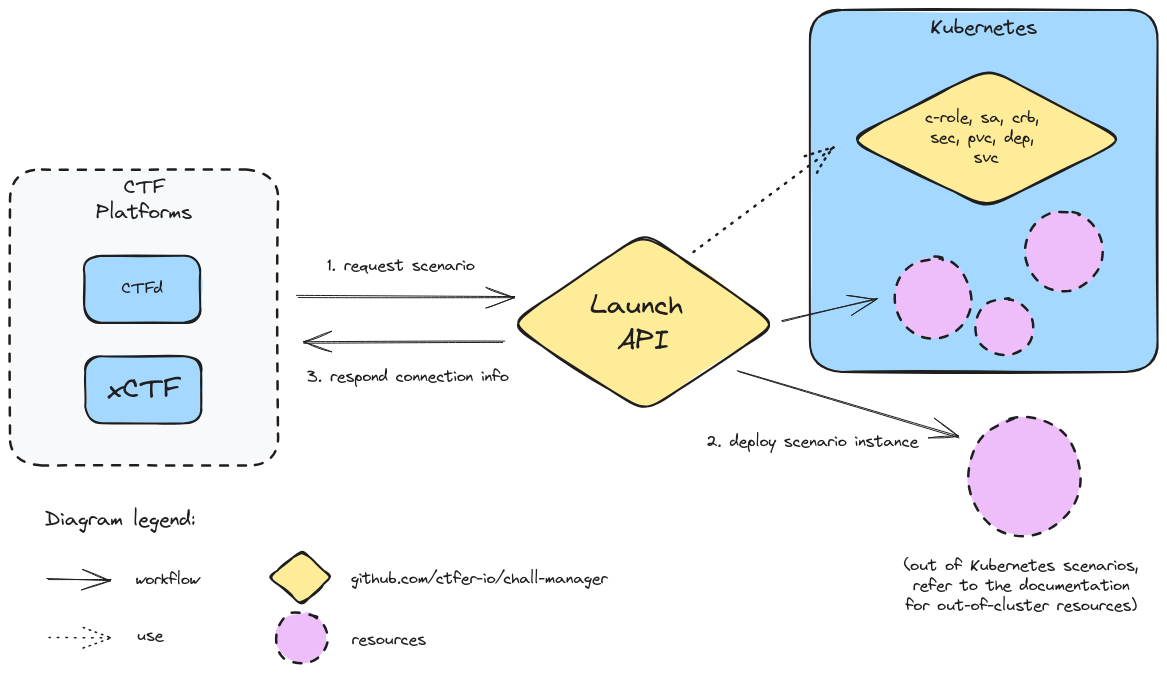
Before: res/diagram.excalidraw.png, a diagram exported from Excalidraw (ctfer-io/chall-manager). Source tidied: one line per element, renumbered; positions are measured from the earlier drawing's top-left corner, leaving out a move shared by most shapes.
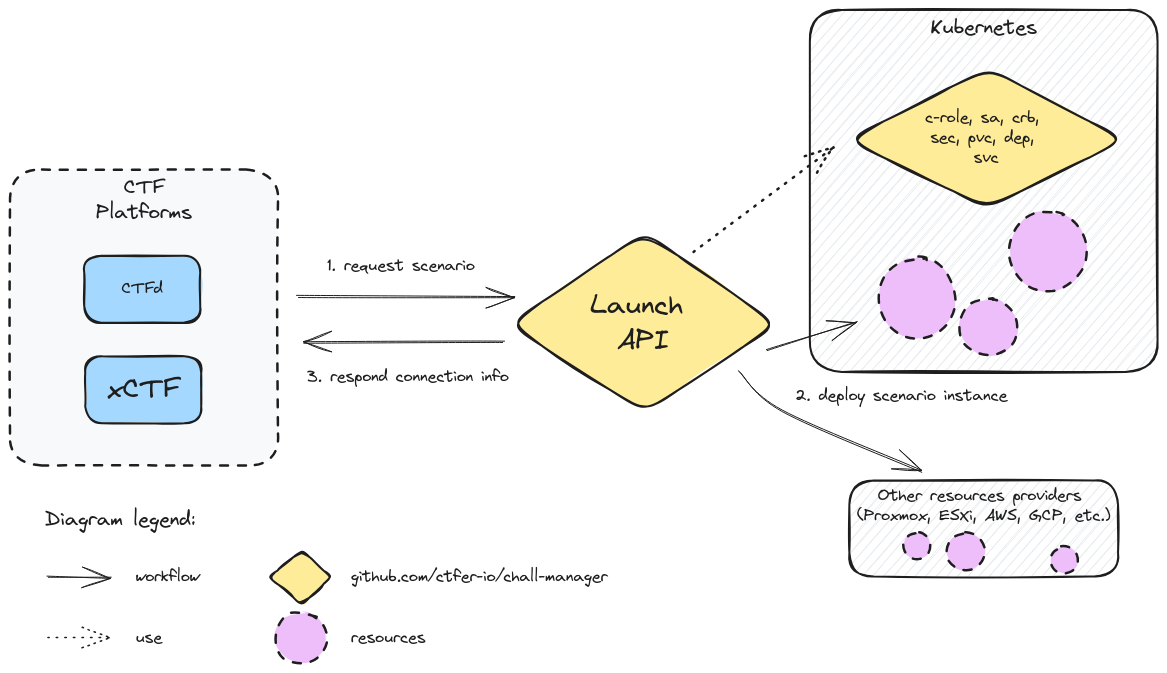
The same diagram one commit later.

What changed in the source:
```diff
@@ -10,25 +10,28 @@
 {"id": 9, "type": "text", "text": "1. request scenario", "strokeColor": "#1e1e1e", "backgroundColor": "#ffec99", "fillStyle": "solid", "strokeWidth": 2, "roughness": 1, "fontSize": 16, "fontFamily": 1, "textAlign": "center", "x": 317, "y": 246, "width": 148, "height": 20}
 {"id": 10, "type": "arrow", "strokeColor": "#1e1e1e", "backgroundColor": "#ffec99", "fillStyle": "solid", "strokeWidth": 1, "roughness": 1, "endArrowhead": "arrow", "round": true, "from": 6, "to": 0, "x": 493, "y": 333, "width": 201, "height": 1, "points": [[0, 0], [-201, -1]]}
 {"id": 11, "type": "text", "text": "3. respond connection info", "strokeColor": "#1e1e1e", "backgroundColor": "#ffec99", "fillStyle": "solid", "strokeWidth": 2, "roughness": 1, "fontSize": 16, "fontFamily": 1, "textAlign": "center", "x": 297, "y": 357, "width": 202, "height": 20}
-{"id": 12, "type": "rectangle", "strokeColor": "#1e1e1e", "backgroundColor": "#a5d8ff", "fillStyle": "solid", "strokeWidth": 2, "roughness": 1, "round": true, "x": 800, "y": 0, "width": 348, "height": 362}
+{"id": 12, "type": "rectangle", "strokeColor": "#1e1e1e", "backgroundColor": "#e9ecef", "fillStyle": "hachure", "strokeWidth": 2, "roughness": 1, "round": true, "x": 800, "y": 0, "width": 348, "height": 362}
 {"id": 13, "type": "text", "text": "Kubernetes", "strokeColor": "#1e1e1e", "backgroundColor": "#a5d8ff", "fillStyle": "solid", "strokeWidth": 2, "roughness": 1, "fontSize": 20, "fontFamily": 1, "textAlign": "center", "inside": 12, "x": 920, "y": 5, "width": 107, "height": 25}
 {"id": 14, "type": "diamond", "strokeColor": "#1e1e1e", "backgroundColor": "#ffec99", "fillStyle": "solid", "strokeWidth": 2, "roughness": 1, "round": true, "x": 838, "y": 58, "width": 277, "height": 140}
 {"id": 15, "type": "text", "text": "c-role, sa, crb, \nsec, pvc, dep, \nsvc", "strokeColor": "#1e1e1e", "backgroundColor": "#ffec99", "fillStyle": "solid", "strokeWidth": 2, "roughness": 1, "fontSize": 16, "fontFamily": 1, "textAlign": "center", "verticalAlign": "middle", "inside": 14, "x": 915, "y": 98, "width": 122, "height": 60}
 {"id": 16, "type": "arrow", "strokeColor": "#1e1e1e", "backgroundColor": "#eebefa", "fillStyle": "solid", "strokeWidth": 2, "strokeStyle": "dotted", "roughness": 1, "endArrowhead": "arrow", "round": true, "from": 6, "to": 14, "x": 684, "y": 243, "width": 139, "height": 104, "points": [[0, 0], [139, -104]]}
 {"id": 17, "type": "diamond", "strokeColor": "#1e1e1e", "backgroundColor": "#ffec99", "fillStyle": "solid", "strokeWidth": 2, "roughness": 1, "round": true, "x": 260, "y": 540, "width": 62, "height": 54}
-{"id": 18, "type": "text", "text": "github.com/ctfer-io/chall-manager", "strokeColor": "#1e1e1e", "backgroundColor": "#eebefa", "fillStyle": "solid", "strokeWidth": 2, "strokeStyle": "dotted", "roughness": 1, "fontSize": 16, "fontFamily": 1, "x": 341, "y": 559, "width": 257, "height": 20}
+{"id": 18, "type": "text", "text": "github.com/ctfer-io/chall-manager", "strokeColor": "#1e1e1e", "backgroundColor": "#eebefa", "fillStyle": "solid", "strokeWidth": 2, "strokeStyle": "dotted", "roughness": 1, "fontSize": 16, "fontFamily": 1, "x": 341, "y": 557, "width": 257, "height": 20}
-{"id": 19, "type": "ellipse", "strokeColor": "#1e1e1e", "backgroundColor": "#eebefa", "fillStyle": "solid", "strokeWidth": 2, "strokeStyle": "dashed", "roughness": 1, "round": true, "x": 884, "y": 247, "width": 77, "height": 81}
+{"id": 19, "type": "ellipse", "strokeColor": "#1e1e1e", "backgroundColor": "#eebefa", "fillStyle": "solid", "strokeWidth": 2, "strokeStyle": "dashed", "roughness": 1, "round": true, "x": 868, "y": 247, "width": 77, "height": 81}
-{"id": 20, "type": "arrow", "strokeColor": "#1e1e1e", "backgroundColor": "#fcc2d7", "fillStyle": "solid", "strokeWidth": 1, "roughness": 1, "endArrowhead": "arrow", "round": true, "from": 12, "to": 19, "x": 771, "y": 312, "width": 97, "height": 22, "points": [[0, 0], [97, -22]]}
+{"id": 20, "type": "arrow", "strokeColor": "#1e1e1e", "backgroundColor": "#fcc2d7", "fillStyle": "solid", "strokeWidth": 1, "roughness": 1, "endArrowhead": "arrow", "round": true, "from": 6, "x": 756, "y": 340, "width": 91, "height": 28, "points": [[0, 0], [91, -28]]}
-{"id": 21, "type": "text", "text": "2. deploy scenario instance", "strokeColor": "#1e1e1e", "backgroundColor": "#ffec99", "fillStyle": "solid", "strokeWidth": 2, "roughness": 1, "fontSize": 16, "fontFamily": 1, "textAlign": "center", "x": 696, "y": 422, "width": 213, "height": 20}
+{"id": 21, "type": "text", "text": "2. deploy scenario instance", "strokeColor": "#1e1e1e", "backgroundColor": "#ffec99", "fillStyle": "solid", "strokeWidth": 2, "roughness": 1, "fontSize": 16, "fontFamily": 1, "textAlign": "center", "x": 785, "y": 376, "width": 213, "height": 20}
-{"id": 22, "type": "ellipse", "strokeColor": "#1e1e1e", "backgroundColor": "#eebefa", "fillStyle": "solid", "strokeWidth": 2, "strokeStyle": "dashed", "roughness": 1, "round": true, "x": 1016, "y": 201, "width": 77, "height": 81}
+{"id": 22, "type": "ellipse", "strokeColor": "#1e1e1e", "backgroundColor": "#eebefa", "fillStyle": "solid", "strokeWidth": 2, "strokeStyle": "dashed", "roughness": 1, "round": true, "x": 1000, "y": 201, "width": 77, "height": 81}
-{"id": 23, "type": "ellipse", "strokeColor": "#1e1e1e", "backgroundColor": "#eebefa", "fillStyle": "solid", "strokeWidth": 2, "strokeStyle": "dashed", "roughness": 1, "round": true, "x": 966, "y": 289, "width": 58, "height": 57}
+{"id": 23, "type": "ellipse", "strokeColor": "#1e1e1e", "backgroundColor": "#eebefa", "fillStyle": "solid", "strokeWidth": 2, "strokeStyle": "dashed", "roughness": 1, "round": true, "x": 950, "y": 289, "width": 58, "height": 57}
 {"id": 24, "type": "ellipse", "strokeColor": "#1e1e1e", "backgroundColor": "#eebefa", "fillStyle": "solid", "strokeWidth": 2, "strokeStyle": "dashed", "roughness": 1, "round": true, "x": 265, "y": 602, "width": 52, "height": 51}
-{"id": 25, "type": "text", "text": "resources", "strokeColor": "#1e1e1e", "backgroundColor": "#eebefa", "fillStyle": "solid", "strokeWidth": 2, "strokeStyle": "dotted", "roughness": 1, "fontSize": 16, "fontFamily": 1, "x": 342, "y": 620, "width": 75, "height": 20}
+{"id": 25, "type": "text", "text": "resources", "strokeColor": "#1e1e1e", "backgroundColor": "#eebefa", "fillStyle": "solid", "strokeWidth": 2, "strokeStyle": "dotted", "roughness": 1, "fontSize": 16, "fontFamily": 1, "x": 341, "y": 618, "width": 75, "height": 20}
-{"id": 26, "type": "ellipse", "strokeColor": "#1e1e1e", "backgroundColor": "#eebefa", "fillStyle": "solid", "strokeWidth": 2, "strokeStyle": "dashed", "roughness": 1, "round": true, "x": 958, "y": 407, "width": 113, "height": 119}
-{"id": 27, "type": "arrow", "strokeColor": "#1e1e1e", "backgroundColor": "#fcc2d7", "fillStyle": "solid", "strokeWidth": 1, "roughness": 1, "endArrowhead": "arrow", "round": true, "from": 6, "to": 26, "x": 728, "y": 361, "width": 221, "height": 66, "points": [[0, 0], [221, 66]]}
+{"id": 27, "type": "arrow", "strokeColor": "#1e1e1e", "backgroundColor": "#fcc2d7", "fillStyle": "solid", "strokeWidth": 1, "roughness": 1, "endArrowhead": "arrow", "round": true, "from": 6, "to": 34, "x": 729, "y": 361, "width": 182, "height": 100, "points": [[0, 0], [43, 40], [182, 100]]}
-{"id": 28, "type": "text", "text": "(out of Kubernetes scenarios,\nrefer to the documentation\nfor out-of-cluster resources)", "strokeColor": "#1e1e1e", "backgroundColor": "#ffec99", "fillStyle": "solid", "strokeWidth": 2, "roughness": 1, "fontSize": 16, "fontFamily": 1, "textAlign": "center", "x": 894, "y": 546, "width": 235, "height": 60}
 {"id": 29, "type": "text", "text": "Diagram legend:", "strokeColor": "#1e1e1e", "backgroundColor": "#eebefa", "fillStyle": "solid", "strokeWidth": 1, "strokeStyle": "dashed", "roughness": 1, "fontSize": 20, "fontFamily": 1, "x": 35, "y": 497, "width": 151, "height": 25}
-{"id": 30, "type": "arrow", "strokeColor": "#1e1e1e", "backgroundColor": "#ffec99", "fillStyle": "solid", "strokeWidth": 1, "roughness": 1, "endArrowhead": "arrow", "round": true, "x": 38, "y": 570, "width": 63, "height": 0, "points": [[0, 0], [63, 0]]}
+{"id": 30, "type": "arrow", "strokeColor": "#1e1e1e", "backgroundColor": "#ffec99", "fillStyle": "solid", "strokeWidth": 1, "roughness": 1, "endArrowhead": "arrow", "round": true, "x": 38, "y": 567, "width": 63, "height": 0, "points": [[0, 0], [63, 0]]}
-{"id": 31, "type": "text", "text": "workflow", "strokeColor": "#1e1e1e", "backgroundColor": "#eebefa", "fillStyle": "solid", "strokeWidth": 2, "strokeStyle": "dotted", "roughness": 1, "fontSize": 16, "fontFamily": 1, "x": 126, "y": 560, "width": 64, "height": 20}
+{"id": 31, "type": "text", "text": "workflow", "strokeColor": "#1e1e1e", "backgroundColor": "#eebefa", "fillStyle": "solid", "strokeWidth": 2, "strokeStyle": "dotted", "roughness": 1, "fontSize": 16, "fontFamily": 1, "x": 126, "y": 557, "width": 64, "height": 20}
-{"id": 32, "type": "arrow", "strokeColor": "#1e1e1e", "backgroundColor": "#ffec99", "fillStyle": "solid", "strokeWidth": 1, "strokeStyle": "dotted", "roughness": 1, "endArrowhead": "arrow", "round": true, "x": 38, "y": 628, "width": 63, "height": 0, "points": [[0, 0], [63, 0]]}
+{"id": 32, "type": "arrow", "strokeColor": "#1e1e1e", "backgroundColor": "#ffec99", "fillStyle": "solid", "strokeWidth": 1, "strokeStyle": "dotted", "roughness": 1, "endArrowhead": "arrow", "round": true, "x": 37, "y": 627, "width": 63, "height": 0, "points": [[0, 0], [63, 0]]}
-{"id": 33, "type": "text", "text": "use", "strokeColor": "#1e1e1e", "backgroundColor": "#eebefa", "fillStyle": "solid", "strokeWidth": 2, "strokeStyle": "dotted", "roughness": 1, "fontSize": 16, "fontFamily": 1, "x": 127, "y": 616, "width": 27, "height": 20}
+{"id": 33, "type": "text", "text": "use", "strokeColor": "#1e1e1e", "backgroundColor": "#eebefa", "fillStyle": "solid", "strokeWidth": 2, "strokeStyle": "dotted", "roughness": 1, "fontSize": 16, "fontFamily": 1, "x": 126, "y": 618, "width": 27, "height": 20}
+{"id": 34, "type": "rectangle", "strokeColor": "#1e1e1e", "backgroundColor": "#e9ecef", "fillStyle": "hachure", "strokeWidth": 2, "roughness": 1, "round": true, "x": 839, "y": 471, "width": 269, "height": 96}
+{"id": 35, "type": "text", "text": "Other resources providers \n(Proxmox, ESXi, AWS, GCP, etc.)", "strokeColor": "#1e1e1e", "backgroundColor": "#a5d8ff", "fillStyle": "solid", "strokeWidth": 2, "roughness": 1, "fontSize": 16, "fontFamily": 1, "textAlign": "center", "inside": 34, "x": 847, "y": 476, "width": 253, "height": 40}
+{"id": 36, "type": "ellipse", "strokeColor": "#1e1e1e", "backgroundColor": "#eebefa", "fillStyle": "solid", "strokeWidth": 2, "strokeStyle": "dashed", "roughness": 1, "round": true, "x": 893, "y": 522, "width": 27, "height": 27}
+{"id": 37, "type": "ellipse", "strokeColor": "#1e1e1e", "backgroundColor": "#eebefa", "fillStyle": "solid", "strokeWidth": 2, "strokeStyle": "dashed", "roughness": 1, "round": true, "x": 937, "y": 523, "width": 38, "height": 38}
+{"id": 38, "type": "ellipse", "strokeColor": "#1e1e1e", "backgroundColor": "#eebefa", "fillStyle": "solid", "strokeWidth": 2, "strokeStyle": "dashed", "roughness": 1, "round": true, "x": 1041, "y": 536, "width": 27, "height": 27}
```
